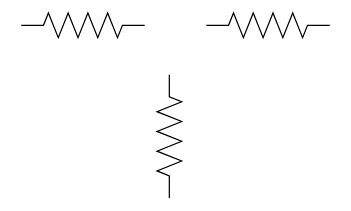
recio24/Obsidian-vault keeps this draw.io diagram as GS_Mecatronica/2º Año/Sistemas eléctricos y electrónicos/Corriente continua/Ejercicios/Untitled Diagram.svg. Above is the earlier version. Source tidied: cells renumbered, new cells last; positions are measured from the earlier drawing's top-left corner, leaving out a move shared by most shapes. The source it was exported from:
```xml
<mxGraphModel>
  <root>
    <mxCell id="0" />
    <mxCell id="1" parent="0" />
    <mxCell id="2" style="verticalLabelPosition=bottom;shadow=0;dashed=0;align=center;html=1;verticalAlign=top;shape=mxgraph.electrical.resistors.resistor_2;" parent="1" vertex="1">
      <mxGeometry width="100" height="20" as="geometry" />
    </mxCell>
    <mxCell id="3" style="verticalLabelPosition=bottom;shadow=0;dashed=0;align=center;html=1;verticalAlign=top;shape=mxgraph.electrical.resistors.resistor_2;rotation=90;" parent="1" vertex="1">
      <mxGeometry x="70" y="90" width="100" height="20" as="geometry" />
    </mxCell>
    <mxCell id="4" style="verticalLabelPosition=bottom;shadow=0;dashed=0;align=center;html=1;verticalAlign=top;shape=mxgraph.electrical.resistors.resistor_2;" parent="1" vertex="1">
      <mxGeometry x="150" width="100" height="20" as="geometry" />
    </mxCell>
  </root>
</mxGraphModel>
```
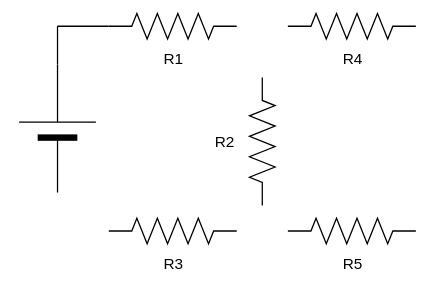
The same diagram one commit later.

Commit message:
vault backup: 2025-11-04 15:17:55

Diff of the diagram source:
```diff
@@ -9,7 +9,42 @@
       <mxGeometry x="70" y="90" width="100" height="20" as="geometry" />
     </mxCell>
     <mxCell id="4" style="verticalLabelPosition=bottom;shadow=0;dashed=0;align=center;html=1;verticalAlign=top;shape=mxgraph.electrical.resistors.resistor_2;" parent="1" vertex="1">
-      <mxGeometry x="150" width="100" height="20" as="geometry" />
+      <mxGeometry x="140" width="100" height="20" as="geometry" />
     </mxCell>
+    <mxCell id="5" style="verticalLabelPosition=bottom;shadow=0;dashed=0;align=center;html=1;verticalAlign=top;shape=mxgraph.electrical.resistors.resistor_2;" parent="1" vertex="1">
+      <mxGeometry y="160" width="100" height="20" as="geometry" />
+    </mxCell>
+    <mxCell id="6" style="verticalLabelPosition=bottom;shadow=0;dashed=0;align=center;html=1;verticalAlign=top;shape=mxgraph.electrical.resistors.resistor_2;" parent="1" vertex="1">
+      <mxGeometry x="140" y="160" width="100" height="20" as="geometry" />
+    </mxCell>
+    <mxCell id="7" value="R1" style="text;html=1;strokeColor=none;fillColor=none;align=center;verticalAlign=middle;whiteSpace=wrap;rounded=0;" parent="1" vertex="1">
+      <mxGeometry x="20" y="20" width="60" height="30" as="geometry" />
+    </mxCell>
+    <mxCell id="8" value="R4" style="text;html=1;strokeColor=none;fillColor=none;align=center;verticalAlign=middle;whiteSpace=wrap;rounded=0;" parent="1" vertex="1">
+      <mxGeometry x="160" y="20" width="60" height="30" as="geometry" />
+    </mxCell>
+    <mxCell id="9" value="R2" style="text;html=1;strokeColor=none;fillColor=none;align=center;verticalAlign=middle;whiteSpace=wrap;rounded=0;" parent="1" vertex="1">
+      <mxGeometry x="60" y="85" width="60" height="30" as="geometry" />
+    </mxCell>
+    <mxCell id="10" value="R3" style="text;html=1;strokeColor=none;fillColor=none;align=center;verticalAlign=middle;whiteSpace=wrap;rounded=0;" parent="1" vertex="1">
+      <mxGeometry x="20" y="180" width="60" height="30" as="geometry" />
+    </mxCell>
+    <mxCell id="11" value="R5" style="text;html=1;strokeColor=none;fillColor=none;align=center;verticalAlign=middle;whiteSpace=wrap;rounded=0;" parent="1" vertex="1">
+      <mxGeometry x="160" y="180" width="60" height="30" as="geometry" />
+    </mxCell>
+    <mxCell id="12" style="verticalLabelPosition=bottom;shadow=0;dashed=0;align=center;fillColor=strokeColor;html=1;verticalAlign=top;strokeWidth=1;shape=mxgraph.electrical.miscellaneous.monocell_battery;rotation=-90;" parent="1" vertex="1">
+      <mxGeometry x="-90" y="60" width="100" height="60" as="geometry" />
+    </mxCell>
+    <mxCell id="13" style="endArrow=none;html=1;" parent="1" edge="1">
+      <mxGeometry relative="1" as="geometry">
+        <mxPoint x="-40" y="10" as="sourcePoint" />
+        <mxPoint y="10" as="targetPoint" />
+      </mxGeometry>
+    </mxCell>
+    <mxCell id="14" style="endArrow=none;html=1;entryX=1;entryY=0.5;entryDx=0;entryDy=0;entryPerimeter=0;" parent="1" edge="1" target="12">
+      <mxGeometry relative="1" as="geometry">
+        <mxPoint x="-40" y="10" as="sourcePoint" />
+      </mxGeometry>
+    </mxCell>
   </root>
 </mxGraphModel>
```
